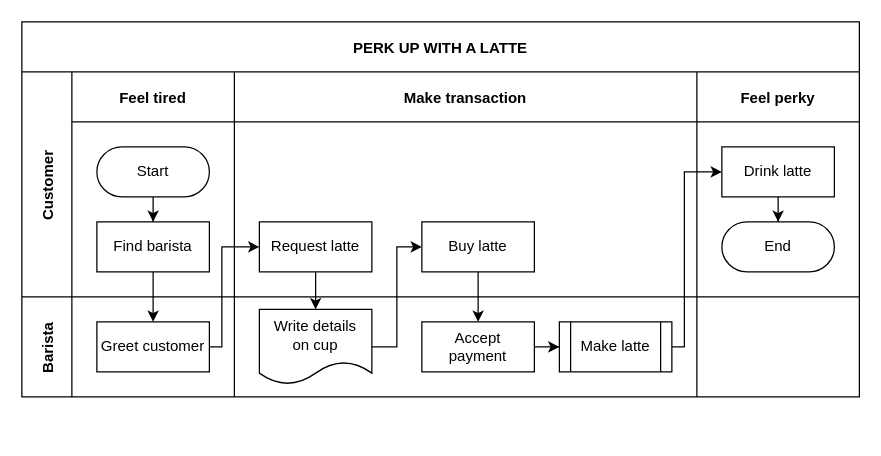
Earlier version of the draw.io diagram Diagram Tanpa Judul.drawio (yasiin2911/task). Source tidied: cells renumbered, new cells numbered last; positions are measured from the earlier drawing's top-left corner, leaving out a move shared by most shapes. Both pictures are drawn from the tidied source at 125%, with x=0, y=0 at pixel (21, 21).
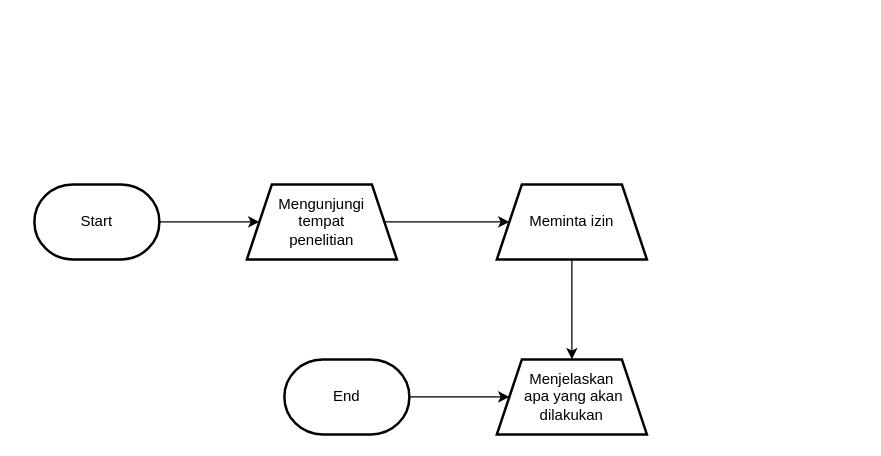
After the change.

Commit message:
Flowchaart Proses kunjungan

The edit, as a diff of the source:
```diff
@@
-    <mxCell id="2" value="PERK UP WITH A LATTE" style="shape=table;childLayout=tableLayout;startSize=40;fillColor=none;fontStyle=1;" parent="1" vertex="1">
-      <mxGeometry width="670" height="300" as="geometry" />
-    </mxCell>
-    <mxCell id="3" style="edgeStyle=orthogonalEdgeStyle;rounded=0;jettySize=auto;html=1;" parent="2" edge="1" source="8" target="18">
-      <mxGeometry relative="1" as="geometry" />
-    </mxCell>
-    <mxCell id="4" value="Customer" style="shape=tableRow;horizontal=0;swimlaneHead=0;swimlaneBody=0;top=0;left=0;bottom=0;right=0;fillColor=none;startSize=40;fontStyle=1;" parent="2" vertex="1">
-      <mxGeometry y="40" width="670" height="180" as="geometry" />
-    </mxCell>
-    <mxCell id="5" value="Feel tired" style="swimlane;swimlaneHead=0;swimlaneBody=0;fillColor=none;startSize=40;fontStyle=1;" parent="4" vertex="1">
-      <mxGeometry x="40" width="130" height="180" as="geometry" />
-    </mxCell>
-    <mxCell id="6" style="edgeStyle=orthogonalEdgeStyle;rounded=0;jettySize=auto;html=1;" parent="5" edge="1" source="7" target="8">
-      <mxGeometry relative="1" as="geometry" />
-    </mxCell>
+    <mxCell id="30" style="edgeStyle=orthogonalEdgeStyle;rounded=0;jettySize=auto;html=1;" parent="1" edge="1" source="7" target="32">
+      <mxGeometry relative="1" as="geometry" />
+    </mxCell>
-    <mxCell id="7" value="Start" style="rounded=1;whiteSpace=wrap;html=1;arcSize=50;" parent="5" vertex="1">
-      <mxGeometry x="20" y="60" width="90" height="40" as="geometry" />
+    <mxCell id="7" value="Start" style="strokeWidth=2;html=1;shape=mxgraph.flowchart.terminator;whiteSpace=wrap;" parent="1" vertex="1">
+      <mxGeometry x="10" y="130" width="100" height="60" as="geometry" />
     </mxCell>
-    <mxCell id="8" value="Find barista" style="rounded=0;whiteSpace=wrap;html=1;" parent="5" vertex="1">
-      <mxGeometry x="20" y="120" width="90" height="40" as="geometry" />
-    </mxCell>
-    <mxCell id="9" value="Make transaction" style="swimlane;swimlaneHead=0;swimlaneBody=0;fillColor=none;startSize=40;fontStyle=1;" parent="4" vertex="1">
-      <mxGeometry x="170" width="370" height="180" as="geometry" />
-    </mxCell>
-    <mxCell id="10" value="Request latte" style="rounded=0;whiteSpace=wrap;html=1;" parent="9" vertex="1">
-      <mxGeometry x="20" y="120" width="90" height="40" as="geometry" />
-    </mxCell>
-    <mxCell id="11" value="Buy latte" style="rounded=0;whiteSpace=wrap;html=1;" parent="9" vertex="1">
-      <mxGeometry x="150" y="120" width="90" height="40" as="geometry" />
-    </mxCell>
-    <mxCell id="12" value="Feel perky" style="swimlane;swimlaneHead=0;swimlaneBody=0;fillColor=none;startSize=40;fontStyle=1;" parent="4" vertex="1">
-      <mxGeometry x="540" width="130" height="180" as="geometry" />
-    </mxCell>
-    <mxCell id="13" style="edgeStyle=orthogonalEdgeStyle;rounded=0;jettySize=auto;html=1;" parent="12" edge="1" source="14" target="15">
-      <mxGeometry relative="1" as="geometry" />
-    </mxCell>
-    <mxCell id="14" value="Drink latte" style="rounded=0;whiteSpace=wrap;html=1;" parent="12" vertex="1">
-      <mxGeometry x="20" y="60" width="90" height="40" as="geometry" />
-    </mxCell>
+    <mxCell id="31" style="edgeStyle=orthogonalEdgeStyle;rounded=0;jettySize=auto;html=1;" parent="1" edge="1" source="32" target="34">
+      <mxGeometry relative="1" as="geometry" />
+    </mxCell>
+    <mxCell id="32" value="Mengunjungi&lt;br&gt;tempat&lt;div&gt;penelitian&lt;/div&gt;" style="shape=trapezoid;perimeter=trapezoidPerimeter;whiteSpace=wrap;html=1;fixedSize=1;strokeWidth=2;" parent="1" vertex="1">
+      <mxGeometry x="180" y="130" width="120" height="60" as="geometry" />
+    </mxCell>
+    <mxCell id="33" style="edgeStyle=orthogonalEdgeStyle;rounded=0;jettySize=auto;html=1;" parent="1" edge="1" source="34" target="35">
+      <mxGeometry relative="1" as="geometry" />
+    </mxCell>
+    <mxCell id="34" value="Meminta izin" style="shape=trapezoid;perimeter=trapezoidPerimeter;whiteSpace=wrap;html=1;fixedSize=1;strokeWidth=2;" parent="1" vertex="1">
+      <mxGeometry x="380" y="130" width="120" height="60" as="geometry" />
+    </mxCell>
+    <mxCell id="35" value="Menjelaskan&lt;br&gt;&amp;nbsp;apa yang akan dilakukan" style="shape=trapezoid;perimeter=trapezoidPerimeter;whiteSpace=wrap;html=1;fixedSize=1;strokeWidth=2;" parent="1" vertex="1">
+      <mxGeometry x="380" y="270" width="120" height="60" as="geometry" />
+    </mxCell>
+    <mxCell id="36" style="edgeStyle=orthogonalEdgeStyle;rounded=0;jettySize=auto;html=1;" parent="1" edge="1" source="15" target="35">
+      <mxGeometry relative="1" as="geometry" />
+    </mxCell>
-    <mxCell id="15" value="End" style="rounded=1;whiteSpace=wrap;html=1;arcSize=50;" parent="12" vertex="1">
-      <mxGeometry x="20" y="120" width="90" height="40" as="geometry" />
+    <mxCell id="15" value="End" style="strokeWidth=2;html=1;shape=mxgraph.flowchart.terminator;whiteSpace=wrap;" parent="1" vertex="1">
+      <mxGeometry x="210" y="270" width="100" height="60" as="geometry" />
     </mxCell>
-    <mxCell id="16" value="Barista" style="shape=tableRow;horizontal=0;swimlaneHead=0;swimlaneBody=0;top=0;left=0;bottom=0;right=0;fillColor=none;startSize=40;fontStyle=1;" parent="2" vertex="1">
-      <mxGeometry y="220" width="670" height="80" as="geometry" />
-    </mxCell>
-    <mxCell id="17" style="swimlane;swimlaneHead=0;swimlaneBody=0;fillColor=none;startSize=0;fontStyle=1;" parent="16" vertex="1">
-      <mxGeometry x="40" width="130" height="80" as="geometry" />
-    </mxCell>
-    <mxCell id="18" value="Greet customer" style="rounded=0;whiteSpace=wrap;html=1;" parent="17" vertex="1">
-      <mxGeometry x="20" y="20" width="90" height="40" as="geometry" />
-    </mxCell>
-    <mxCell id="19" style="swimlane;swimlaneHead=0;swimlaneBody=0;fillColor=none;startSize=0;fontStyle=1;" parent="16" vertex="1">
-      <mxGeometry x="170" width="370" height="80" as="geometry" />
-    </mxCell>
-    <mxCell id="20" style="edgeStyle=orthogonalEdgeStyle;rounded=0;jettySize=auto;html=1;" parent="19" edge="1" source="21" target="23">
-      <mxGeometry relative="1" as="geometry" />
-    </mxCell>
-    <mxCell id="21" value="Accept&lt;br&gt;payment" style="rounded=0;whiteSpace=wrap;html=1;" parent="19" vertex="1">
-      <mxGeometry x="150" y="20" width="90" height="40" as="geometry" />
-    </mxCell>
-    <mxCell id="22" value="Write details&lt;br&gt;on cup" style="shape=document;whiteSpace=wrap;html=1;boundedLbl=1;" parent="19" vertex="1">
-      <mxGeometry x="20" y="10" width="90" height="60" as="geometry" />
-    </mxCell>
-    <mxCell id="23" value="Make latte" style="shape=process;whiteSpace=wrap;html=1;backgroundOutline=1;" parent="19" vertex="1">
-      <mxGeometry x="260" y="20" width="90" height="40" as="geometry" />
-    </mxCell>
-    <mxCell id="24" style="swimlane;swimlaneHead=0;swimlaneBody=0;fillColor=none;startSize=0;fontStyle=1;" parent="16" vertex="1">
-      <mxGeometry x="540" width="130" height="80" as="geometry" />
-    </mxCell>
-    <mxCell id="25" style="edgeStyle=orthogonalEdgeStyle;rounded=0;jettySize=auto;html=1;" parent="2" edge="1" source="18" target="10">
-      <mxGeometry relative="1" as="geometry">
-        <Array as="points">
-          <mxPoint x="160" y="260" />
-          <mxPoint x="160" y="180" />
-        </Array>
-      </mxGeometry>
-    </mxCell>
-    <mxCell id="26" style="edgeStyle=orthogonalEdgeStyle;rounded=0;jettySize=auto;html=1;" parent="2" edge="1" source="10" target="22">
-      <mxGeometry relative="1" as="geometry" />
-    </mxCell>
-    <mxCell id="27" style="edgeStyle=orthogonalEdgeStyle;rounded=0;jettySize=auto;html=1;" parent="2" edge="1" source="22" target="11">
-      <mxGeometry relative="1" as="geometry">
-        <Array as="points">
-          <mxPoint x="300" y="260" />
-          <mxPoint x="300" y="180" />
-        </Array>
-      </mxGeometry>
-    </mxCell>
-    <mxCell id="28" style="edgeStyle=orthogonalEdgeStyle;rounded=0;jettySize=auto;html=1;" parent="2" edge="1" source="11" target="21">
-      <mxGeometry relative="1" as="geometry" />
-    </mxCell>
-    <mxCell id="29" style="edgeStyle=orthogonalEdgeStyle;rounded=0;jettySize=auto;html=1;" parent="2" edge="1" source="23" target="14">
-      <mxGeometry relative="1" as="geometry">
-        <Array as="points">
-          <mxPoint x="530" y="260" />
-          <mxPoint x="530" y="120" />
-        </Array>
-      </mxGeometry>
-    </mxCell>
```
